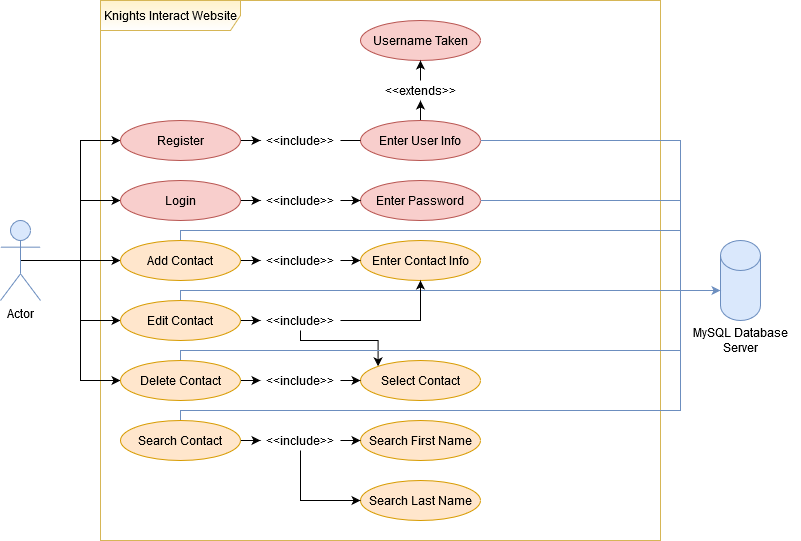
Above: KnightsInteractUseCase.png in MWaldrep2000/COP4331-26-Fall2020 (draw.io), before the change. Source tidied: cells renumbered, new cells last; positions are measured from the earlier drawing's top-left corner, leaving out a move shared by most shapes.
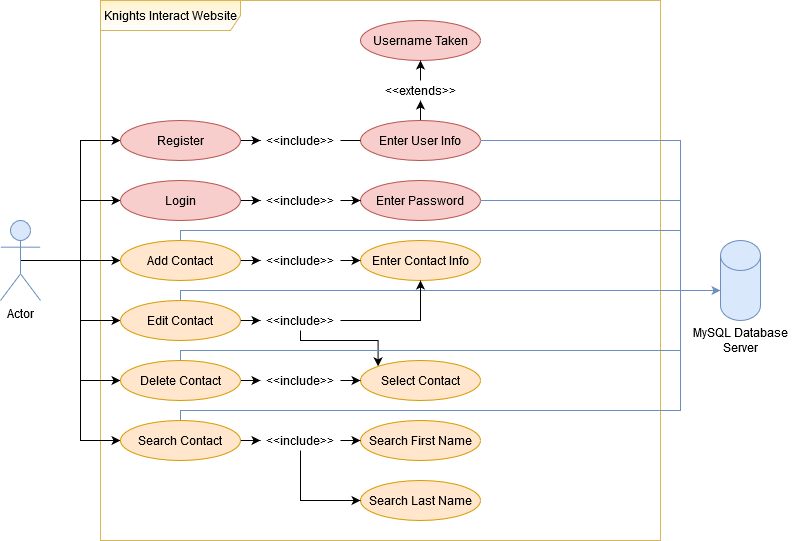
The same file after the commit.

What changed in the source:
```diff
@@ -30,6 +30,9 @@
     <mxCell id="7" style="edgeStyle=orthogonalEdgeStyle;rounded=0;jettySize=auto;html=1;exitX=0.5;exitY=0.5;exitDx=0;exitDy=0;exitPerimeter=0;entryX=0;entryY=0.5;entryDx=0;entryDy=0;" parent="1" edge="1" source="8" target="42">
       <mxGeometry relative="1" as="geometry" />
     </mxCell>
+    <mxCell id="55" style="edgeStyle=orthogonalEdgeStyle;rounded=0;jettySize=auto;html=1;exitX=0.5;exitY=0.5;exitDx=0;exitDy=0;exitPerimeter=0;entryX=0;entryY=0.5;entryDx=0;entryDy=0;endArrow=classic;endFill=1;strokeColor=#000000;" parent="1" edge="1" source="8" target="49">
+      <mxGeometry relative="1" as="geometry" />
+    </mxCell>
     <mxCell id="8" value="Actor" style="shape=umlActor;verticalLabelPosition=bottom;verticalAlign=top;html=1;outlineConnect=0;fillColor=#dae8fc;strokeColor=#6c8ebf;" parent="1" vertex="1">
       <mxGeometry y="220" width="40" height="80" as="geometry" />
     </mxCell>
```
